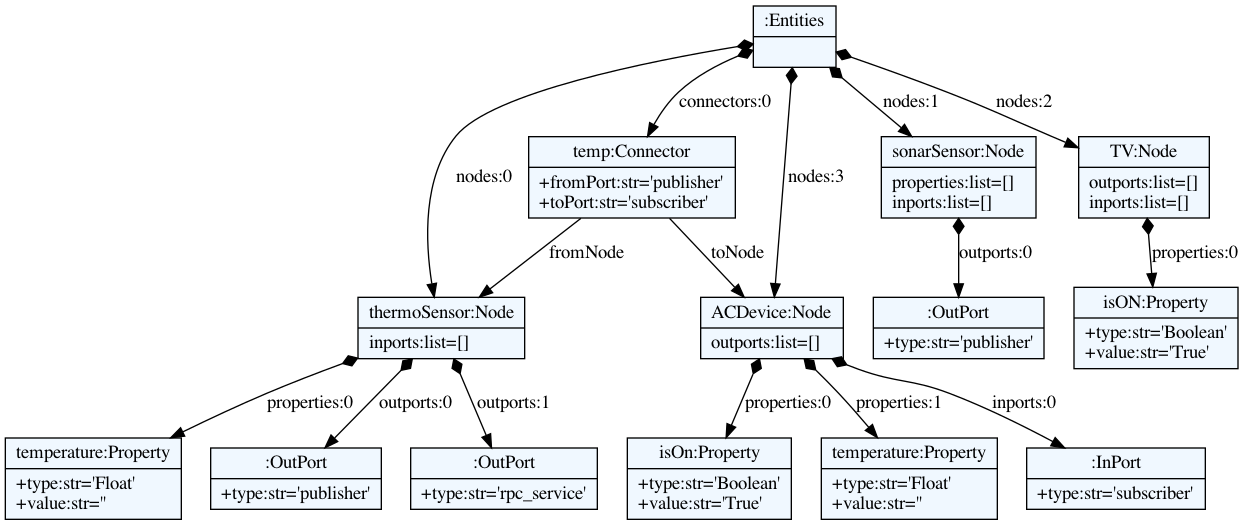
xanthoko/meco keeps this Graphviz diagram as models/nodes.dot.png. Above is the earlier version. Its source is kept beside it as models/nodes.dot. Its diagram source:
```dot
    digraph textX {
    fontname = "Bitstream Vera Sans"
    fontsize = 8
    node[
        shape=record,
        style=filled,
        fillcolor=aliceblue
    ]
    nodesep = 0.3
    edge[dir=black,arrowtail=empty]


4410213184 -> 4410169664 [label="nodes:0" arrowtail=diamond dir=both]
4410169664 -> 4410237328 [label="properties:0" arrowtail=diamond dir=both]
4410237328[label="{temperature:Property|+type:str='Float'\l+value:str=''\l}"]
4410169664 -> 4410237184 [label="outports:0" arrowtail=diamond dir=both]
4410237184[label="{:OutPort|+type:str='publisher'\l}"]
4410169664 -> 4410238096 [label="outports:1" arrowtail=diamond dir=both]
4410238096[label="{:OutPort|+type:str='rpc_service'\l}"]
4410169664[label="{thermoSensor:Node|inports:list=[]\l}"]
4410213184 -> 4410168224 [label="nodes:1" arrowtail=diamond dir=both]
4410168224 -> 4410237280 [label="outports:0" arrowtail=diamond dir=both]
4410237280[label="{:OutPort|+type:str='publisher'\l}"]
4410168224[label="{sonarSensor:Node|properties:list=[]\linports:list=[]\l}"]
4410213184 -> 4410168368 [label="nodes:2" arrowtail=diamond dir=both]
4410168368 -> 4410238336 [label="properties:0" arrowtail=diamond dir=both]
4410238336[label="{isON:Property|+type:str='Boolean'\l+value:str='True'\l}"]
4410168368[label="{TV:Node|outports:list=[]\linports:list=[]\l}"]
4410213184 -> 4410239152 [label="nodes:3" arrowtail=diamond dir=both]
4410239152 -> 4410086256 [label="properties:0" arrowtail=diamond dir=both]
4410086256[label="{isOn:Property|+type:str='Boolean'\l+value:str='True'\l}"]
4410239152 -> 4410086880 [label="properties:1" arrowtail=diamond dir=both]
4410086880[label="{temperature:Property|+type:str='Float'\l+value:str=''\l}"]
4410239152 -> 4410087312 [label="inports:0" arrowtail=diamond dir=both]
4410087312[label="{:InPort|+type:str='subscriber'\l}"]
4410239152[label="{ACDevice:Node|outports:list=[]\l}"]
4410213184 -> 4410238288 [label="connectors:0" arrowtail=diamond dir=both]
4410238288 -> 4410169664 [label="fromNode" ]
4410238288 -> 4410239152 [label="toNode" ]
4410238288[label="{temp:Connector|+fromPort:str='publisher'\l+toPort:str='subscriber'\l}"]
4410213184[label="{:Entities|}"]

}
```
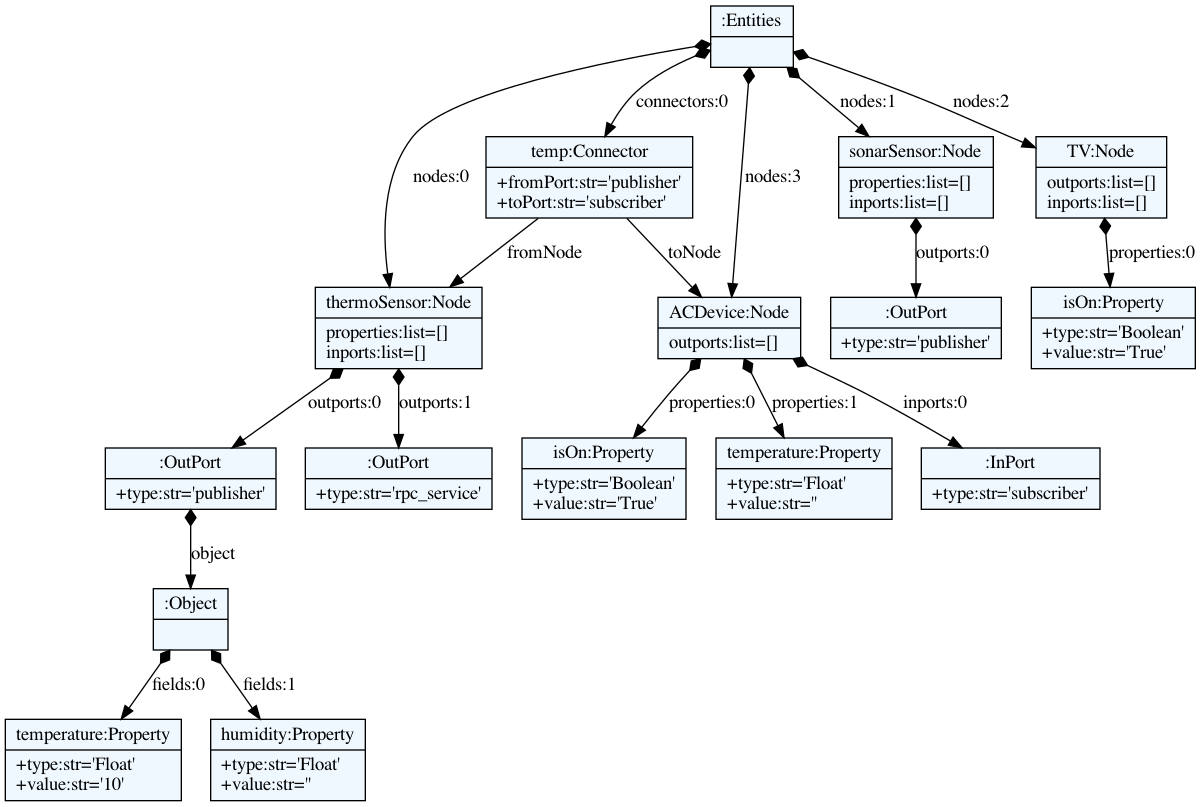
The same diagram one commit later.

Diff of the diagram source:
```diff
@@ -10,34 +10,38 @@
     edge[dir=black,arrowtail=empty]
 
 
-4410213184 -> 4410169664 [label="nodes:0" arrowtail=diamond dir=both]
-4410169664 -> 4410237328 [label="properties:0" arrowtail=diamond dir=both]
-4410237328[label="{temperature:Property|+type:str='Float'\l+value:str=''\l}"]
-4410169664 -> 4410237184 [label="outports:0" arrowtail=diamond dir=both]
-4410237184[label="{:OutPort|+type:str='publisher'\l}"]
-4410169664 -> 4410238096 [label="outports:1" arrowtail=diamond dir=both]
-4410238096[label="{:OutPort|+type:str='rpc_service'\l}"]
-4410169664[label="{thermoSensor:Node|inports:list=[]\l}"]
-4410213184 -> 4410168224 [label="nodes:1" arrowtail=diamond dir=both]
-4410168224 -> 4410237280 [label="outports:0" arrowtail=diamond dir=both]
-4410237280[label="{:OutPort|+type:str='publisher'\l}"]
-4410168224[label="{sonarSensor:Node|properties:list=[]\linports:list=[]\l}"]
-4410213184 -> 4410168368 [label="nodes:2" arrowtail=diamond dir=both]
-4410168368 -> 4410238336 [label="properties:0" arrowtail=diamond dir=both]
-4410238336[label="{isON:Property|+type:str='Boolean'\l+value:str='True'\l}"]
-4410168368[label="{TV:Node|outports:list=[]\linports:list=[]\l}"]
-4410213184 -> 4410239152 [label="nodes:3" arrowtail=diamond dir=both]
-4410239152 -> 4410086256 [label="properties:0" arrowtail=diamond dir=both]
-4410086256[label="{isOn:Property|+type:str='Boolean'\l+value:str='True'\l}"]
-4410239152 -> 4410086880 [label="properties:1" arrowtail=diamond dir=both]
-4410086880[label="{temperature:Property|+type:str='Float'\l+value:str=''\l}"]
-4410239152 -> 4410087312 [label="inports:0" arrowtail=diamond dir=both]
-4410087312[label="{:InPort|+type:str='subscriber'\l}"]
-4410239152[label="{ACDevice:Node|outports:list=[]\l}"]
-4410213184 -> 4410238288 [label="connectors:0" arrowtail=diamond dir=both]
-4410238288 -> 4410169664 [label="fromNode" ]
-4410238288 -> 4410239152 [label="toNode" ]
-4410238288[label="{temp:Connector|+fromPort:str='publisher'\l+toPort:str='subscriber'\l}"]
-4410213184[label="{:Entities|}"]
+4447743568 -> 4447852624 [label="nodes:0" arrowtail=diamond dir=both]
+4447852624 -> 4447854304 [label="outports:0" arrowtail=diamond dir=both]
+4447854304 -> 4447969136 [label="object" arrowtail=diamond dir=both]
+4447969136 -> 4447968944 [label="fields:0" arrowtail=diamond dir=both]
+4447968944[label="{temperature:Property|+type:str='Float'\l+value:str='10'\l}"]
+4447969136 -> 4447969040 [label="fields:1" arrowtail=diamond dir=both]
+4447969040[label="{humidity:Property|+type:str='Float'\l+value:str=''\l}"]
+4447969136[label="{:Object|}"]
+4447854304[label="{:OutPort|+type:str='publisher'\l}"]
+4447852624 -> 4447968080 [label="outports:1" arrowtail=diamond dir=both]
+4447968080[label="{:OutPort|+type:str='rpc_service'\l}"]
+4447852624[label="{thermoSensor:Node|properties:list=[]\linports:list=[]\l}"]
+4447743568 -> 4447853872 [label="nodes:1" arrowtail=diamond dir=both]
+4447853872 -> 4447965488 [label="outports:0" arrowtail=diamond dir=both]
+4447965488[label="{:OutPort|+type:str='publisher'\l}"]
+4447853872[label="{sonarSensor:Node|properties:list=[]\linports:list=[]\l}"]
+4447743568 -> 4447851808 [label="nodes:2" arrowtail=diamond dir=both]
+4447851808 -> 4447968464 [label="properties:0" arrowtail=diamond dir=both]
+4447968464[label="{isOn:Property|+type:str='Boolean'\l+value:str='True'\l}"]
+4447851808[label="{TV:Node|outports:list=[]\linports:list=[]\l}"]
+4447743568 -> 4447965344 [label="nodes:3" arrowtail=diamond dir=both]
+4447965344 -> 4447969088 [label="properties:0" arrowtail=diamond dir=both]
+4447969088[label="{isOn:Property|+type:str='Boolean'\l+value:str='True'\l}"]
+4447965344 -> 4447967792 [label="properties:1" arrowtail=diamond dir=both]
+4447967792[label="{temperature:Property|+type:str='Float'\l+value:str=''\l}"]
+4447965344 -> 4447968896 [label="inports:0" arrowtail=diamond dir=both]
+4447968896[label="{:InPort|+type:str='subscriber'\l}"]
+4447965344[label="{ACDevice:Node|outports:list=[]\l}"]
+4447743568 -> 4447968656 [label="connectors:0" arrowtail=diamond dir=both]
+4447968656 -> 4447852624 [label="fromNode" ]
+4447968656 -> 4447965344 [label="toNode" ]
+4447968656[label="{temp:Connector|+fromPort:str='publisher'\l+toPort:str='subscriber'\l}"]
+4447743568[label="{:Entities|}"]
 
 }
```
